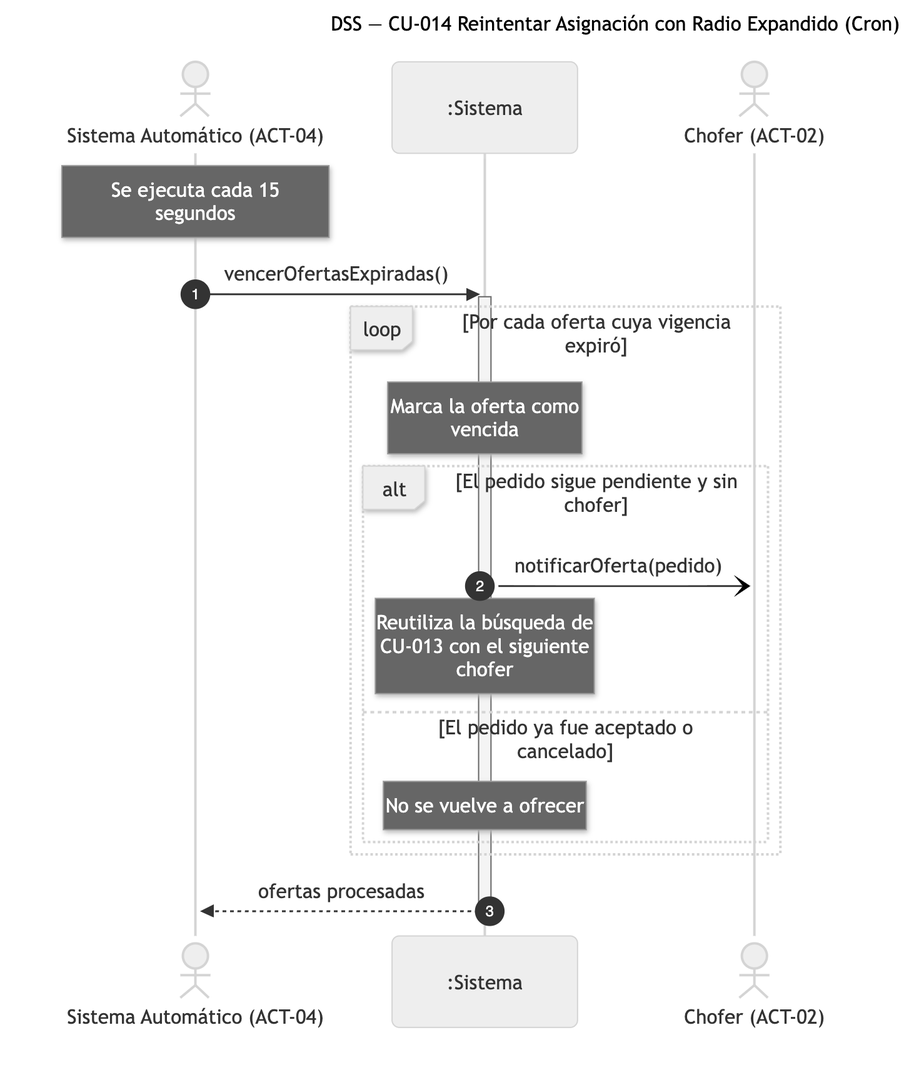
Nahuelito-Dev/splg-docs keeps this Mermaid diagram as diagramas/png/DSS_CU-014_Reintentar-Asignacion-Con-Radio-Expandido.png. Above is the earlier version. Its source is kept beside it as diagramas/DSS_CU-014_Reintentar-Asignacion-Con-Radio-Expandido.mmd.
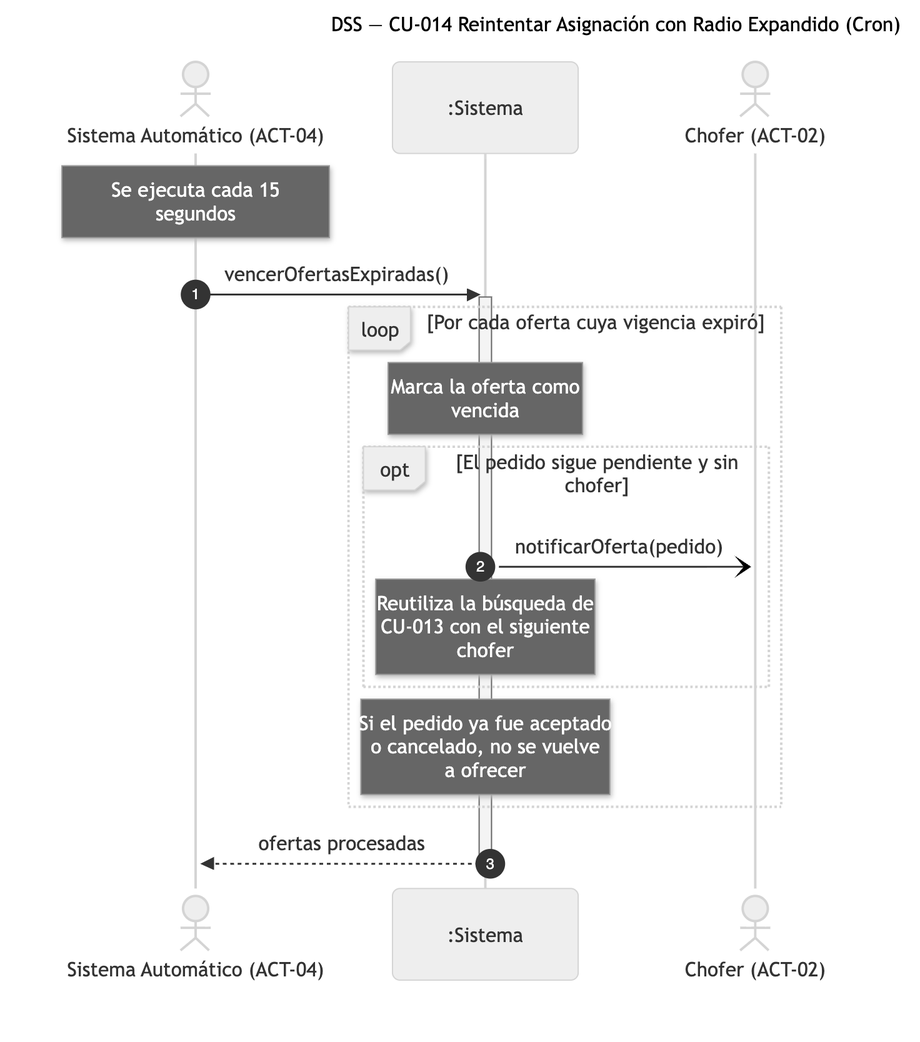
The same file after the commit.

What changed in the source:
```diff
@@ -10,12 +10,11 @@
     activate SIS
     loop Por cada oferta cuya vigencia expiró
         Note over SIS: Marca la oferta como<br/>vencida
-        alt El pedido sigue pendiente y sin chofer
+        opt El pedido sigue pendiente y sin chofer
             SIS-)CHO: notificarOferta(pedido)
             Note over SIS: Reutiliza la búsqueda de<br/>CU-013 con el siguiente<br/>chofer
-        else El pedido ya fue aceptado o cancelado
-            Note over SIS: No se vuelve a ofrecer
         end
+        Note over SIS: Si el pedido ya fue aceptado<br/>o cancelado, no se vuelve<br/>a ofrecer
     end
     SIS-->>SAU: ofertas procesadas
     deactivate SIS
```
